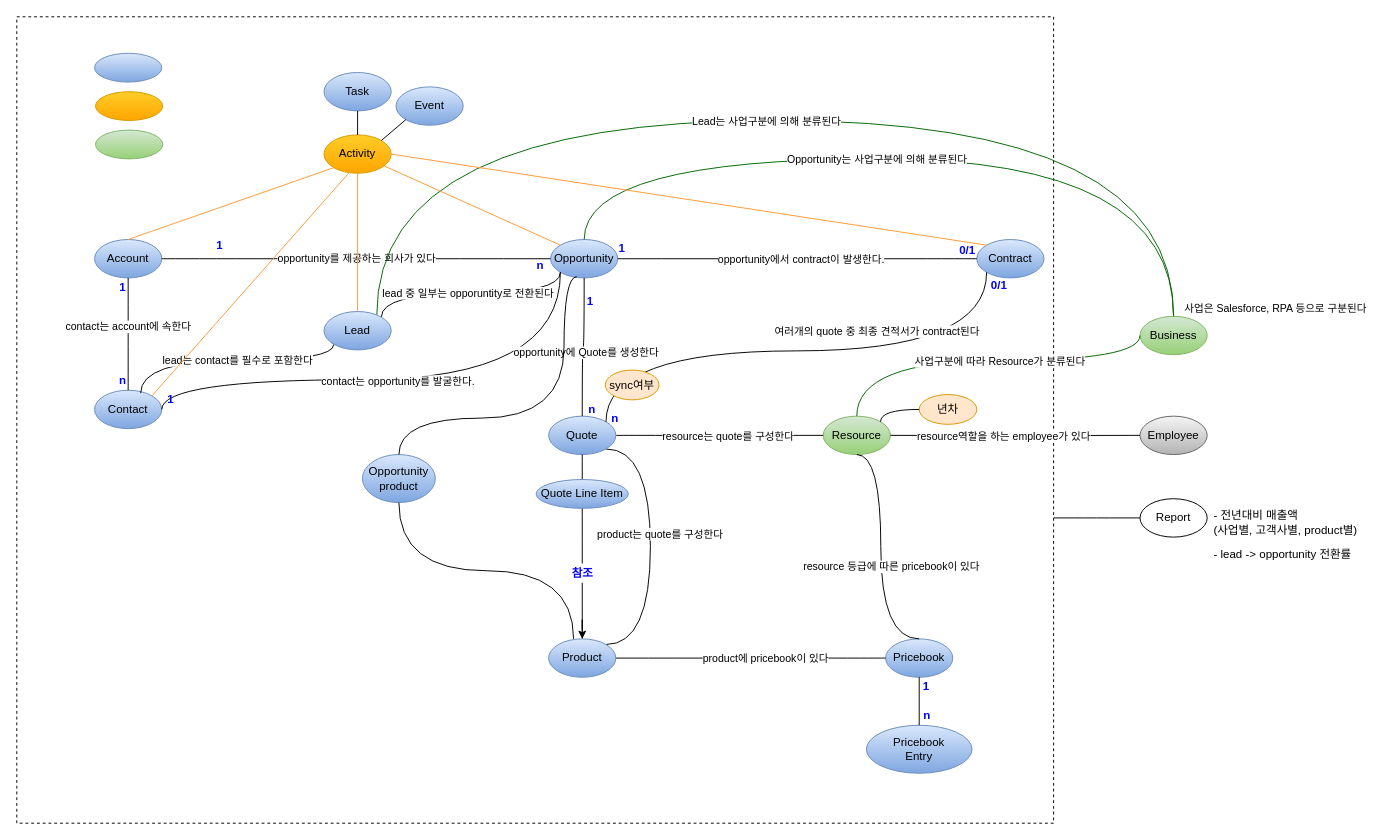
Earlier version of the draw.io diagram page "개념설계_v.0.2" (3 of 4) of newyork프로젝트_개념설계.drawio (cknet-saleforce/newyork). Source tidied: cells renumbered, new cells numbered last; positions are measured from the earlier drawing's top-left corner, leaving out a move shared by most shapes. Both pictures are drawn from the tidied source at 96%, with x=0, y=0 at pixel (16, 16).
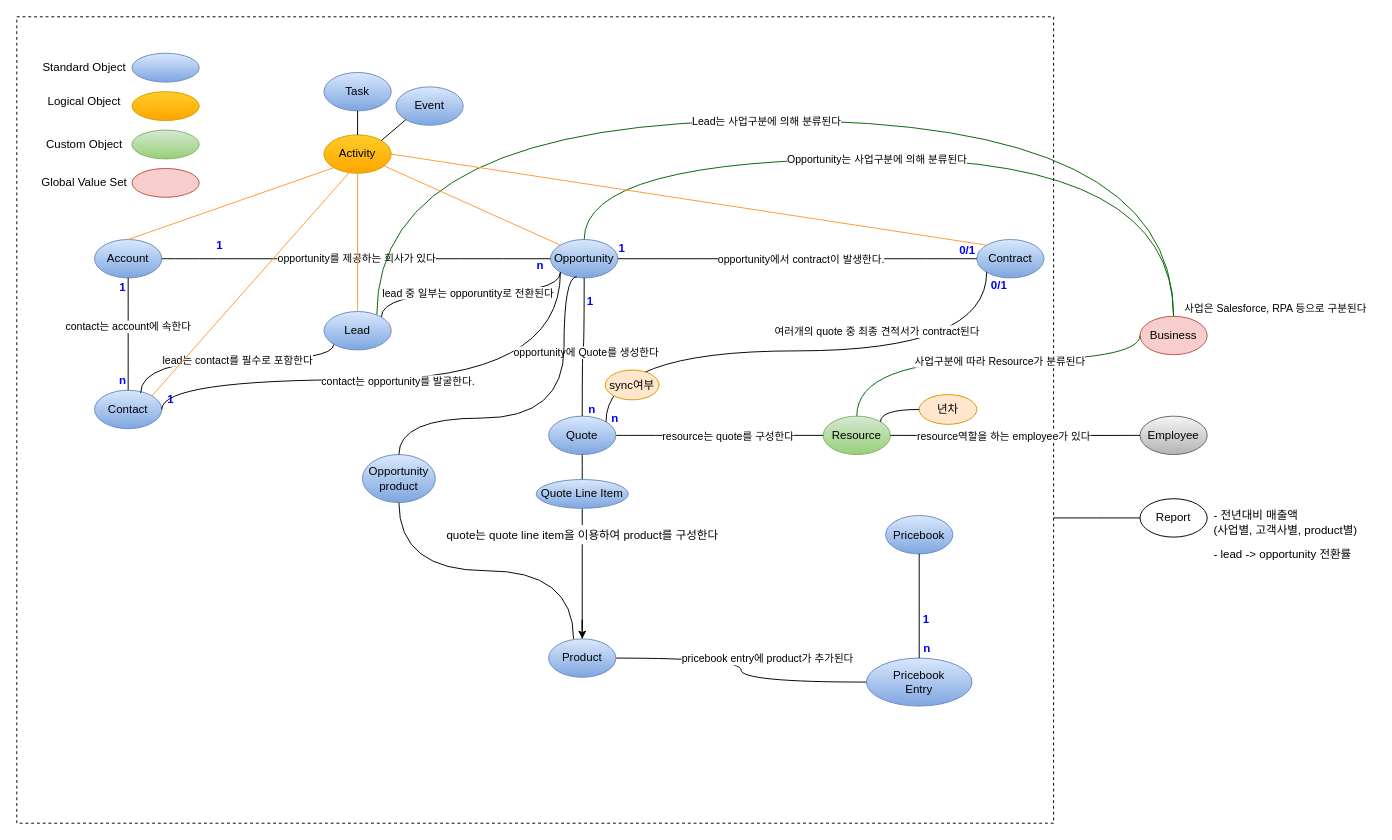
Above is the later version.

Commit message:
Object에 대한 관계 추가 수정 및 Global value Set추가

Unchanged cells that the change refers to:
```xml
<mxCell id="7" value="Resource" style="ellipse;whiteSpace=wrap;html=1;fillColor=#d5e8d4;strokeColor=#82b366;gradientColor=#97d077;" parent="1" vertex="1">
  <mxGeometry x="840" y="416" width="70" height="40" as="geometry" />
</mxCell>
<mxCell id="26" value="Quote" style="ellipse;whiteSpace=wrap;html=1;fillColor=#dae8fc;gradientColor=#7ea6e0;strokeColor=#6c8ebf;" parent="1" vertex="1">
  <mxGeometry x="554" y="416" width="70" height="40" as="geometry" />
</mxCell>
<mxCell id="28" value="Product" style="ellipse;whiteSpace=wrap;html=1;fillColor=#dae8fc;gradientColor=#7ea6e0;strokeColor=#6c8ebf;" parent="1" vertex="1">
  <mxGeometry x="554" y="648" width="70" height="40" as="geometry" />
</mxCell>
```

Change to the diagram source:
```diff
@@
     <mxCell id="8" value="Pricebook" style="ellipse;whiteSpace=wrap;html=1;fillColor=#dae8fc;gradientColor=#7ea6e0;strokeColor=#6c8ebf;" parent="1" vertex="1">
-      <mxGeometry x="905" y="648" width="70" height="40" as="geometry" />
+      <mxGeometry x="905" y="519.5" width="70" height="40" as="geometry" />
     </mxCell>
-    <mxCell id="9" value="Business" style="ellipse;whiteSpace=wrap;html=1;fillColor=#d5e8d4;strokeColor=#82b366;gradientColor=#97d077;" parent="1" vertex="1">
+    <mxCell id="9" value="Business" style="ellipse;whiteSpace=wrap;html=1;fillColor=#f8cecc;strokeColor=#b85450;" parent="1" vertex="1">
       <mxGeometry x="1170" y="312" width="70" height="40" as="geometry" />
     </mxCell>
@@
-    <mxCell id="15" style="edgeStyle=orthogonalEdgeStyle;jettySize=auto;html=1;entryX=1;entryY=0.5;entryDx=0;entryDy=0;strokeColor=default;curved=1;endArrow=none;endFill=0;exitX=0;exitY=0.5;exitDx=0;exitDy=0;" parent="1" edge="1" source="8" target="28">
+    <mxCell id="15" style="edgeStyle=orthogonalEdgeStyle;jettySize=auto;html=1;entryX=1;entryY=0.5;entryDx=0;entryDy=0;strokeColor=default;curved=1;endArrow=none;endFill=0;exitX=0;exitY=0.5;exitDx=0;exitDy=0;" parent="1" edge="1" source="65" target="28">
       <mxGeometry relative="1" as="geometry" />
     </mxCell>
-    <mxCell id="16" value="product에 pricebook이 있다" style="edgeLabel;html=1;align=center;verticalAlign=middle;" parent="15" vertex="1">
+    <mxCell id="16" value="pricebook entry에 product가 추가된다" style="edgeLabel;html=1;align=center;verticalAlign=middle;" parent="15" vertex="1">
       <mxGeometry x="0.12" y="6" relative="1" as="geometry">
         <mxPoint x="31" y="-6" as="offset" />
       </mxGeometry>
     </mxCell>
-    <mxCell id="17" style="edgeStyle=orthogonalEdgeStyle;jettySize=auto;html=1;entryX=1;entryY=1;entryDx=0;entryDy=0;strokeColor=default;curved=1;endArrow=none;endFill=0;exitX=1;exitY=0;exitDx=0;exitDy=0;" parent="1" edge="1" source="28" target="26">
-      <mxGeometry relative="1" as="geometry">
-        <Array as="points">
-          <mxPoint x="660" y="653" />
-          <mxPoint x="660" y="451" />
-        </Array>
-      </mxGeometry>
-    </mxCell>
-    <mxCell id="18" value="product는 quote를 구성한다" style="edgeLabel;html=1;align=center;verticalAlign=middle;" parent="17" vertex="1">
-      <mxGeometry x="-0.21" y="3" relative="1" as="geometry">
-        <mxPoint x="12" y="-45" as="offset" />
-      </mxGeometry>
-    </mxCell>
@@
-    <mxCell id="29" style="edgeStyle=orthogonalEdgeStyle;jettySize=auto;html=1;strokeColor=default;curved=1;endArrow=none;endFill=0;exitX=0.5;exitY=0;exitDx=0;exitDy=0;entryX=0.5;entryY=1;entryDx=0;entryDy=0;" parent="1" edge="1" source="8" target="7">
-      <mxGeometry relative="1" as="geometry">
-        <Array as="points">
-          <mxPoint x="900" y="648" />
-          <mxPoint x="900" y="456" />
-        </Array>
-      </mxGeometry>
-    </mxCell>
-    <mxCell id="30" value="resource 등급에 따른 pricebook이 있다" style="edgeLabel;html=1;align=center;verticalAlign=middle;" parent="29" vertex="1">
-      <mxGeometry x="-0.17" y="4" relative="1" as="geometry">
-        <mxPoint x="14" y="-9" as="offset" />
-      </mxGeometry>
-    </mxCell>
@@
-    <mxCell id="46" value="참조" style="text;html=1;align=center;verticalAlign=middle;points=[];strokeColor=none;fillColor=none;fontStyle=1;fontColor=#0000FF;" parent="1" vertex="1">
-      <mxGeometry x="569" y="569.5" width="40" height="20" as="geometry" />
+    <mxCell id="46" value="&lt;font color=&quot;#000000&quot;&gt;quote는 quote line item을 이용하여 product를 구성한다&lt;/font&gt;" style="text;html=1;align=center;verticalAlign=middle;points=[];strokeColor=none;fillColor=none;fontStyle=0;fontColor=#0000FF;" parent="1" vertex="1">
+      <mxGeometry x="434" y="529.5" width="310" height="20" as="geometry" />
     </mxCell>
@@
     <mxCell id="65" value="Pricebook&lt;br&gt;Entry" style="ellipse;whiteSpace=wrap;html=1;fillColor=#dae8fc;gradientColor=#7ea6e0;strokeColor=#6c8ebf;" parent="1" vertex="1">
-      <mxGeometry x="885" y="738" width="110" height="50" as="geometry" />
+      <mxGeometry x="885" y="668" width="110" height="50" as="geometry" />
     </mxCell>
@@
     <mxCell id="67" value="n" style="text;html=1;align=center;verticalAlign=middle;strokeColor=none;fillColor=none;fontStyle=1;fontColor=#0000FF;" parent="1" vertex="1">
-      <mxGeometry x="938" y="718" width="20" height="20" as="geometry" />
+      <mxGeometry x="938" y="648" width="20" height="20" as="geometry" />
     </mxCell>
     <mxCell id="68" value="1" style="text;html=1;align=center;verticalAlign=middle;strokeColor=none;fillColor=none;fontStyle=1;fontColor=#0000FF;" parent="1" vertex="1">
-      <mxGeometry x="937" y="688" width="20" height="20" as="geometry" />
+      <mxGeometry x="937" y="618" width="20" height="20" as="geometry" />
     </mxCell>
@@
     <mxCell id="77" style="ellipse;whiteSpace=wrap;html=1;fillColor=#dae8fc;gradientColor=#7ea6e0;strokeColor=#6c8ebf;" parent="1" vertex="1">
-      <mxGeometry x="81" y="38" width="70" height="30" as="geometry" />
+      <mxGeometry x="120" y="38" width="70" height="30" as="geometry" />
     </mxCell>
     <mxCell id="78" style="ellipse;whiteSpace=wrap;html=1;fillColor=#ffcd28;strokeColor=#d79b00;gradientColor=#ffa500;" parent="1" vertex="1">
-      <mxGeometry x="82" y="78" width="70" height="30" as="geometry" />
+      <mxGeometry x="120" y="78" width="70" height="30" as="geometry" />
     </mxCell>
     <mxCell id="79" style="ellipse;whiteSpace=wrap;html=1;fillColor=#d5e8d4;strokeColor=#82b366;gradientColor=#97d077;" parent="1" vertex="1">
-      <mxGeometry x="82" y="118" width="70" height="30" as="geometry" />
+      <mxGeometry x="120" y="118" width="70" height="30" as="geometry" />
     </mxCell>
@@
+    <mxCell id="88" value="Standard Object" style="text;html=1;strokeColor=none;fillColor=none;align=center;verticalAlign=middle;whiteSpace=wrap;rounded=0;" parent="1" vertex="1">
+      <mxGeometry x="21" y="38" width="99" height="30" as="geometry" />
+    </mxCell>
+    <mxCell id="89" value="Logical Object" style="text;html=1;strokeColor=none;fillColor=none;align=center;verticalAlign=middle;whiteSpace=wrap;rounded=0;" parent="1" vertex="1">
+      <mxGeometry x="21" y="73" width="99" height="30" as="geometry" />
+    </mxCell>
+    <mxCell id="90" value="Custom Object" style="text;html=1;strokeColor=none;fillColor=none;align=center;verticalAlign=middle;whiteSpace=wrap;rounded=0;" parent="1" vertex="1">
+      <mxGeometry x="21" y="118" width="99" height="30" as="geometry" />
+    </mxCell>
+    <mxCell id="91" style="ellipse;whiteSpace=wrap;html=1;fillColor=#f8cecc;strokeColor=#b85450;" parent="1" vertex="1">
+      <mxGeometry x="120" y="158" width="70" height="30" as="geometry" />
+    </mxCell>
+    <mxCell id="92" value="Global Value Set" style="text;html=1;strokeColor=none;fillColor=none;align=center;verticalAlign=middle;whiteSpace=wrap;rounded=0;" parent="1" vertex="1">
+      <mxGeometry x="21" y="158" width="99" height="30" as="geometry" />
+    </mxCell>
```
